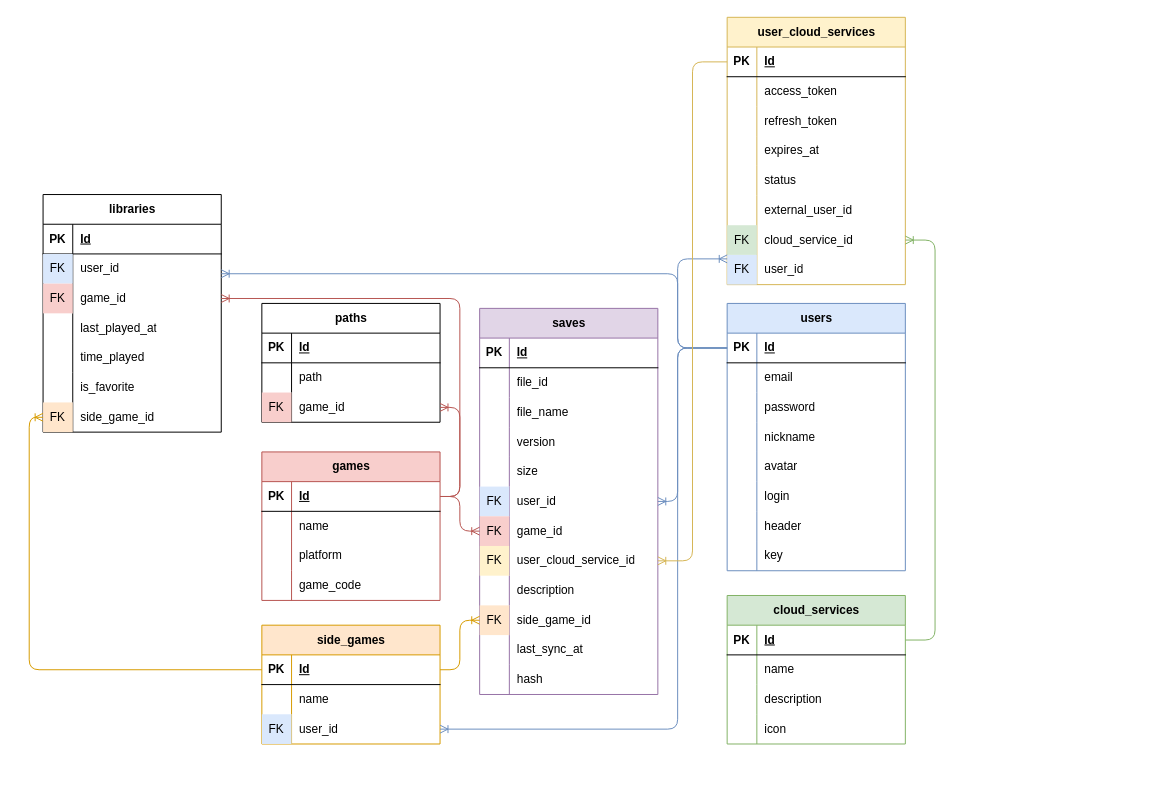
Earlier version of the draw.io diagram page "Логическая" (2 of 3) of Docs/Диаграммы/База данных.drawio (savayaqu/PlaySaveBack). Source tidied: cells renumbered, new cells numbered last; positions are measured from the earlier drawing's top-left corner, leaving out a move shared by most shapes. Both pictures are drawn from the tidied source at 99%, with x=0, y=0 at pixel (29, 17).
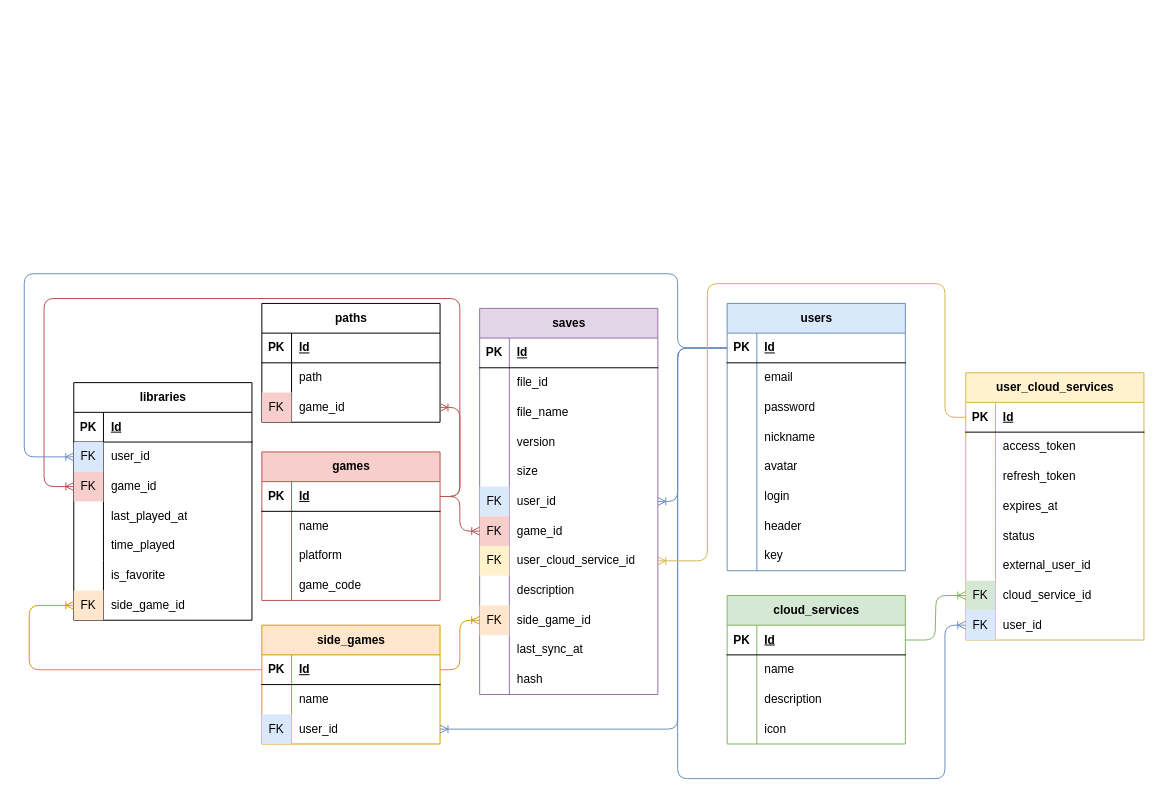
Above is the later version.

Unchanged cells that the change refers to:
```xml
<mxCell id="16" style="shape=tableRow;horizontal=0;startSize=0;swimlaneHead=0;swimlaneBody=0;fillColor=none;points=[[0,0.5],[1,0.5]];portConstraint=eastwest;top=0;left=0;right=0;bottom=1;" parent="15" vertex="1">
  <mxGeometry y="30" width="180" height="30" as="geometry" />
</mxCell>
<mxCell id="41" style="shape=tableRow;horizontal=0;startSize=0;swimlaneHead=0;swimlaneBody=0;fillColor=none;points=[[0,0.5],[1,0.5]];portConstraint=eastwest;top=0;left=0;right=0;bottom=1;" parent="40" vertex="1">
  <mxGeometry y="30" width="180" height="30" as="geometry" />
</mxCell>
<mxCell id="62" style="shape=tableRow;horizontal=0;startSize=0;swimlaneHead=0;swimlaneBody=0;fillColor=none;points=[[0,0.5],[1,0.5]];portConstraint=eastwest;top=0;left=0;right=0;bottom=0;" parent="40" vertex="1">
  <mxGeometry y="240" width="180" height="30" as="geometry" />
</mxCell>
<mxCell id="87" style="shape=tableRow;horizontal=0;startSize=0;swimlaneHead=0;swimlaneBody=0;fillColor=none;points=[[0,0.5],[1,0.5]];portConstraint=eastwest;top=0;left=0;right=0;bottom=0;" parent="65" vertex="1">
  <mxGeometry y="240" width="180" height="30" as="geometry" />
</mxCell>
<mxCell id="103" style="shape=tableRow;horizontal=0;startSize=0;swimlaneHead=0;swimlaneBody=0;fillColor=none;points=[[0,0.5],[1,0.5]];portConstraint=eastwest;top=0;left=0;right=0;bottom=1;" parent="102" vertex="1">
  <mxGeometry y="30" width="180" height="30" as="geometry" />
</mxCell>
<mxCell id="116" style="shape=tableRow;horizontal=0;startSize=0;swimlaneHead=0;swimlaneBody=0;fillColor=none;points=[[0,0.5],[1,0.5]];portConstraint=eastwest;top=0;left=0;right=0;bottom=1;" parent="115" vertex="1">
  <mxGeometry y="30" width="180" height="30" as="geometry" />
</mxCell>
<mxCell id="129" style="shape=tableRow;horizontal=0;startSize=0;swimlaneHead=0;swimlaneBody=0;fillColor=none;points=[[0,0.5],[1,0.5]];portConstraint=eastwest;top=0;left=0;right=0;bottom=0;" parent="125" vertex="1">
  <mxGeometry y="60" width="180" height="30" as="geometry" />
</mxCell>
<mxCell id="132" style="shape=tableRow;horizontal=0;startSize=0;swimlaneHead=0;swimlaneBody=0;fillColor=none;points=[[0,0.5],[1,0.5]];portConstraint=eastwest;top=0;left=0;right=0;bottom=0;" parent="125" vertex="1">
  <mxGeometry y="90" width="180" height="30" as="geometry" />
</mxCell>
<mxCell id="144" style="shape=tableRow;horizontal=0;startSize=0;swimlaneHead=0;swimlaneBody=0;fillColor=none;points=[[0,0.5],[1,0.5]];portConstraint=eastwest;top=0;left=0;right=0;bottom=0;" parent="125" vertex="1">
  <mxGeometry y="210" width="180" height="30" as="geometry" />
</mxCell>
```

Diff of the diagram source:
```diff
@@
     <mxCell id="40" value="user_cloud_services" style="shape=table;startSize=30;childLayout=tableLayout;rowLines=0;fontStyle=1;align=center;html=1;fillColor=#fff2cc;strokeColor=#d6b656;" parent="1" vertex="1">
-      <mxGeometry x="705" width="180" height="270" as="geometry" />
+      <mxGeometry x="946" y="359" width="180" height="270" as="geometry" />
     </mxCell>
@@
     <mxCell id="125" value="libraries" style="shape=table;startSize=30;childLayout=tableLayout;rowLines=0;fontStyle=1;align=center;html=1;" parent="1" vertex="1">
-      <mxGeometry x="14" y="179" width="180" height="240" as="geometry" />
+      <mxGeometry x="45" y="369" width="180" height="240" as="geometry" />
     </mxCell>
@@
     <mxCell id="148" style="edgeStyle=orthogonalEdgeStyle;fontSize=12;html=1;endArrow=ERoneToMany;rounded=1;fillColor=#ffe6cc;strokeColor=#d79b00;" parent="1" edge="1" source="116" target="144">
       <mxGeometry relative="1" as="geometry">
         <Array as="points">
           <mxPoint y="659" />
-          <mxPoint y="404" />
+          <mxPoint y="594" />
         </Array>
       </mxGeometry>
     </mxCell>
     <mxCell id="149" style="edgeStyle=orthogonalEdgeStyle;fontSize=12;html=1;endArrow=ERoneToMany;rounded=1;fillColor=#f8cecc;strokeColor=#b85450;" parent="1" edge="1" source="103" target="132">
       <mxGeometry relative="1" as="geometry">
         <Array as="points">
           <mxPoint x="435" y="484" />
           <mxPoint x="435" y="284" />
+          <mxPoint x="15" y="284" />
+          <mxPoint x="15" y="474" />
         </Array>
       </mxGeometry>
     </mxCell>
     <mxCell id="150" style="edgeStyle=orthogonalEdgeStyle;fontSize=12;html=1;endArrow=ERoneToMany;rounded=1;fillColor=#dae8fc;strokeColor=#6c8ebf;" parent="1" edge="1" source="16" target="129">
       <mxGeometry relative="1" as="geometry">
         <Array as="points">
           <mxPoint x="655" y="334" />
           <mxPoint x="655" y="259" />
+          <mxPoint x="-5" y="259" />
+          <mxPoint x="-5" y="444" />
         </Array>
       </mxGeometry>
     </mxCell>
@@
     <mxCell id="155" style="edgeStyle=orthogonalEdgeStyle;fontSize=12;html=1;endArrow=ERoneToMany;rounded=1;curved=0;fillColor=#dae8fc;strokeColor=#6c8ebf;" parent="1" edge="1" source="16" target="62">
       <mxGeometry relative="1" as="geometry">
         <Array as="points">
           <mxPoint x="655" y="334" />
-          <mxPoint x="655" y="244" />
+          <mxPoint x="655" y="769" />
+          <mxPoint x="925" y="769" />
+          <mxPoint x="925" y="614" />
         </Array>
       </mxGeometry>
     </mxCell>
-    <mxCell id="156" style="edgeStyle=orthogonalEdgeStyle;fontSize=12;html=1;endArrow=ERoneToMany;rounded=1;fillColor=#fff2cc;strokeColor=#d6b656;" parent="1" edge="1" source="41" target="87">
-      <mxGeometry relative="1" as="geometry" />
+    <mxCell id="156" style="fontSize=12;html=1;endArrow=ERoneToMany;rounded=1;fillColor=#fff2cc;strokeColor=#d6b656;edgeStyle=orthogonalEdgeStyle;" parent="1" edge="1" source="41" target="87">
+      <mxGeometry relative="1" as="geometry">
+        <Array as="points">
+          <mxPoint x="925" y="404" />
+          <mxPoint x="925" y="269" />
+          <mxPoint x="685" y="269" />
+          <mxPoint x="685" y="549" />
+        </Array>
+      </mxGeometry>
     </mxCell>
```
